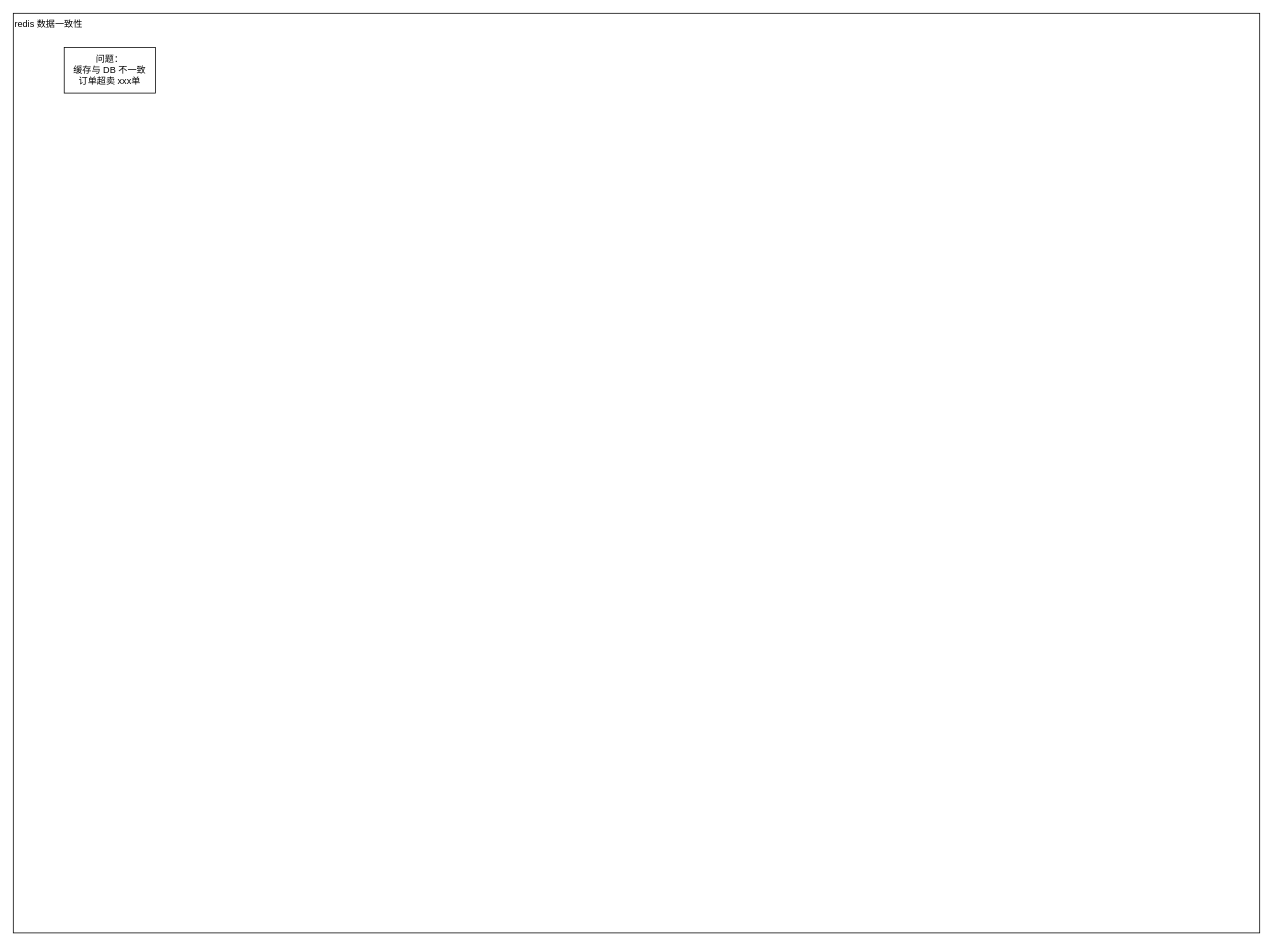
The draw.io diagram page "第 13 页" (13 of 13) of 2-redis/Redis-架构与面试.drawio in vic868/Deliberate, before the edit. Source tidied: cells renumbered, new cells numbered last; positions are measured from the earlier drawing's top-left corner, leaving out a move shared by most shapes. Both pictures are drawn from the tidied source at 76%, with x=0, y=0 at pixel (13, 13).
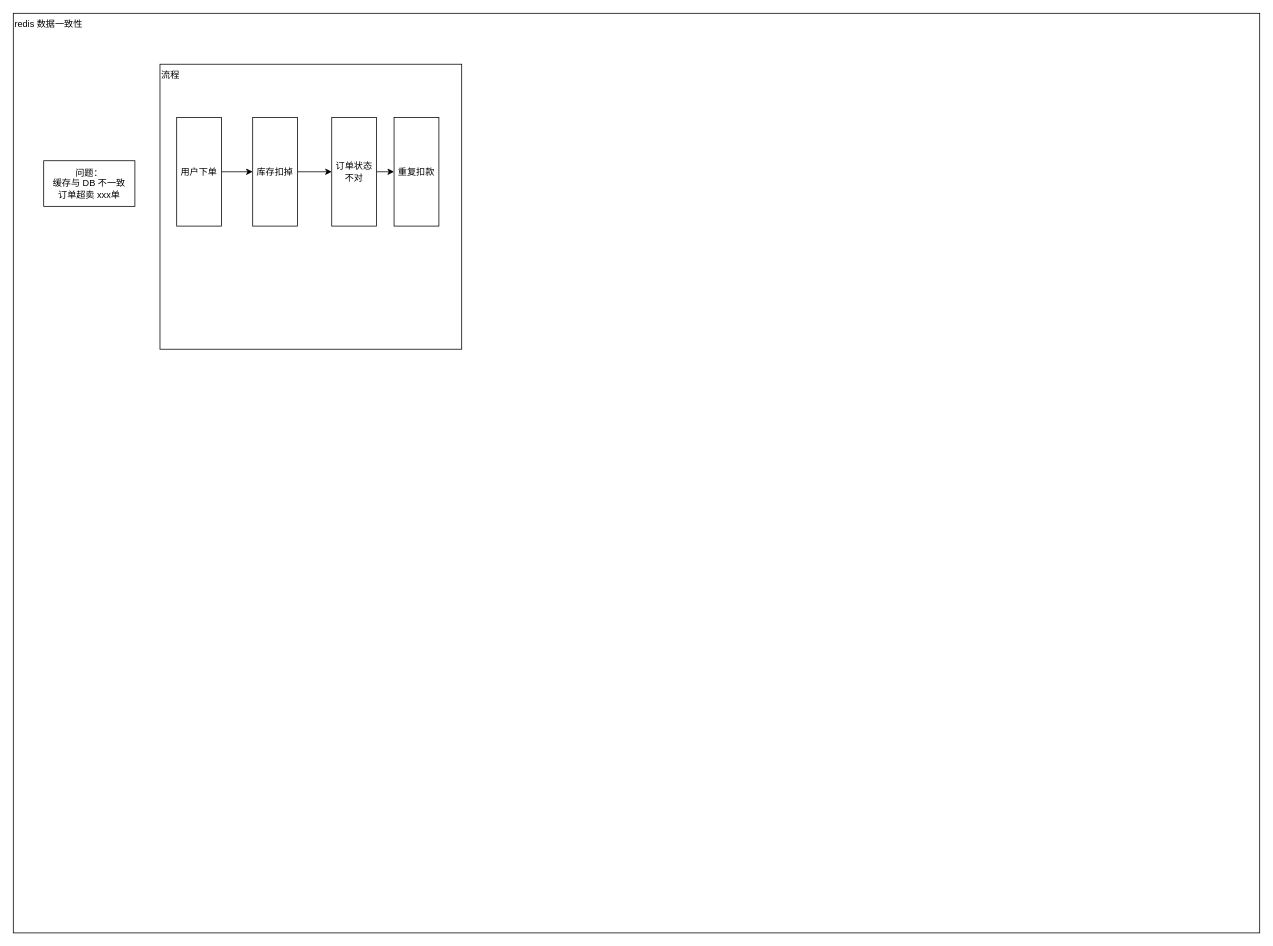
The same diagram, later.

Commit message:
vault backup: 2026-10-24 13:35:47

Change to the diagram source:
```diff
@@
 <mxGraphModel>
   <root>
     <mxCell id="0" />
     <mxCell id="1" parent="0" />
     <mxCell id="2" value="redis 数据一致性" style="rounded=0;whiteSpace=wrap;html=1;align=left;verticalAlign=top;" parent="1" vertex="1">
       <mxGeometry width="1640" height="1210" as="geometry" />
     </mxCell>
     <mxCell id="3" value="问题：&lt;div&gt;缓存与 DB 不一致&lt;/div&gt;&lt;div&gt;订单超卖 xxx单&lt;/div&gt;" style="rounded=0;whiteSpace=wrap;html=1;" parent="1" vertex="1">
-      <mxGeometry x="67" y="45" width="120" height="60" as="geometry" />
+      <mxGeometry x="40" y="194" width="120" height="60" as="geometry" />
     </mxCell>
+    <mxCell id="4" value="流程" style="rounded=0;whiteSpace=wrap;html=1;align=left;verticalAlign=top;" parent="1" vertex="1">
+      <mxGeometry x="193" y="67" width="397" height="375" as="geometry" />
+    </mxCell>
+    <mxCell id="5" style="edgeStyle=orthogonalEdgeStyle;rounded=0;jettySize=auto;html=1;exitX=1;exitY=0.5;exitDx=0;exitDy=0;entryX=0;entryY=0.5;entryDx=0;entryDy=0;defaultLabelBackgroundColor=page;" parent="1" edge="1" source="6" target="8">
+      <mxGeometry relative="1" as="geometry" />
+    </mxCell>
+    <mxCell id="6" value="用户下单" style="rounded=0;whiteSpace=wrap;html=1;" parent="1" vertex="1">
+      <mxGeometry x="215" y="137" width="59" height="143" as="geometry" />
+    </mxCell>
+    <mxCell id="7" style="edgeStyle=orthogonalEdgeStyle;rounded=0;jettySize=auto;html=1;exitX=1;exitY=0.5;exitDx=0;exitDy=0;entryX=0;entryY=0.5;entryDx=0;entryDy=0;defaultLabelBackgroundColor=page;" parent="1" edge="1" source="8" target="10">
+      <mxGeometry relative="1" as="geometry" />
+    </mxCell>
+    <mxCell id="8" value="库存扣掉" style="rounded=0;whiteSpace=wrap;html=1;" parent="1" vertex="1">
+      <mxGeometry x="315" y="137" width="59" height="143" as="geometry" />
+    </mxCell>
+    <mxCell id="9" style="edgeStyle=orthogonalEdgeStyle;rounded=0;jettySize=auto;html=1;exitX=1;exitY=0.5;exitDx=0;exitDy=0;entryX=0;entryY=0.5;entryDx=0;entryDy=0;defaultLabelBackgroundColor=page;" parent="1" edge="1" source="10" target="11">
+      <mxGeometry relative="1" as="geometry" />
+    </mxCell>
+    <mxCell id="10" value="订单状态不对" style="rounded=0;whiteSpace=wrap;html=1;" parent="1" vertex="1">
+      <mxGeometry x="419" y="137" width="59" height="143" as="geometry" />
+    </mxCell>
+    <mxCell id="11" value="重复扣款" style="rounded=0;whiteSpace=wrap;html=1;" parent="1" vertex="1">
+      <mxGeometry x="501" y="137" width="59" height="143" as="geometry" />
+    </mxCell>
   </root>
 </mxGraphModel>
```
